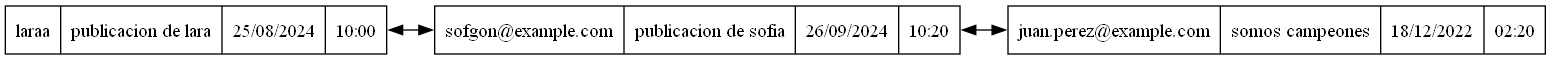
Before: output/grafico_publicaciones_global.dot.png, a diagram exported from Graphviz (matiuuh/-EDD-Proyecto1_202203009). Its source is kept beside it as output/grafico_publicaciones_global.dot.dot.
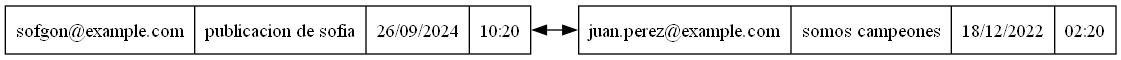
The same diagram one commit later.

Commit message:
se agrega la eliminación de publicaciones de la lista doblemente enlazada

Diff of the diagram source:
```diff
@@ -1,9 +1,7 @@
 digraph G {
 rankdir=LR;
 node [shape=record];
-Nodo0 [label="{laraa | publicacion de lara | 25/08/2024 | 10:00}"];
+Nodo0 [label="{sofgon@example.com | publicacion de sofia | 26/09/2024 | 10:20}"];
 Nodo0 -> Nodo1 [dir=both];
-Nodo1 [label="{sofgon@example.com | publicacion de sofia | 26/09/2024 | 10:20}"];
-Nodo1 -> Nodo2 [dir=both];
-Nodo2 [label="{juan.perez@example.com | somos campeones | 18/12/2022 | 02:20}"];
+Nodo1 [label="{juan.perez@example.com | somos campeones | 18/12/2022 | 02:20}"];
 }
```
